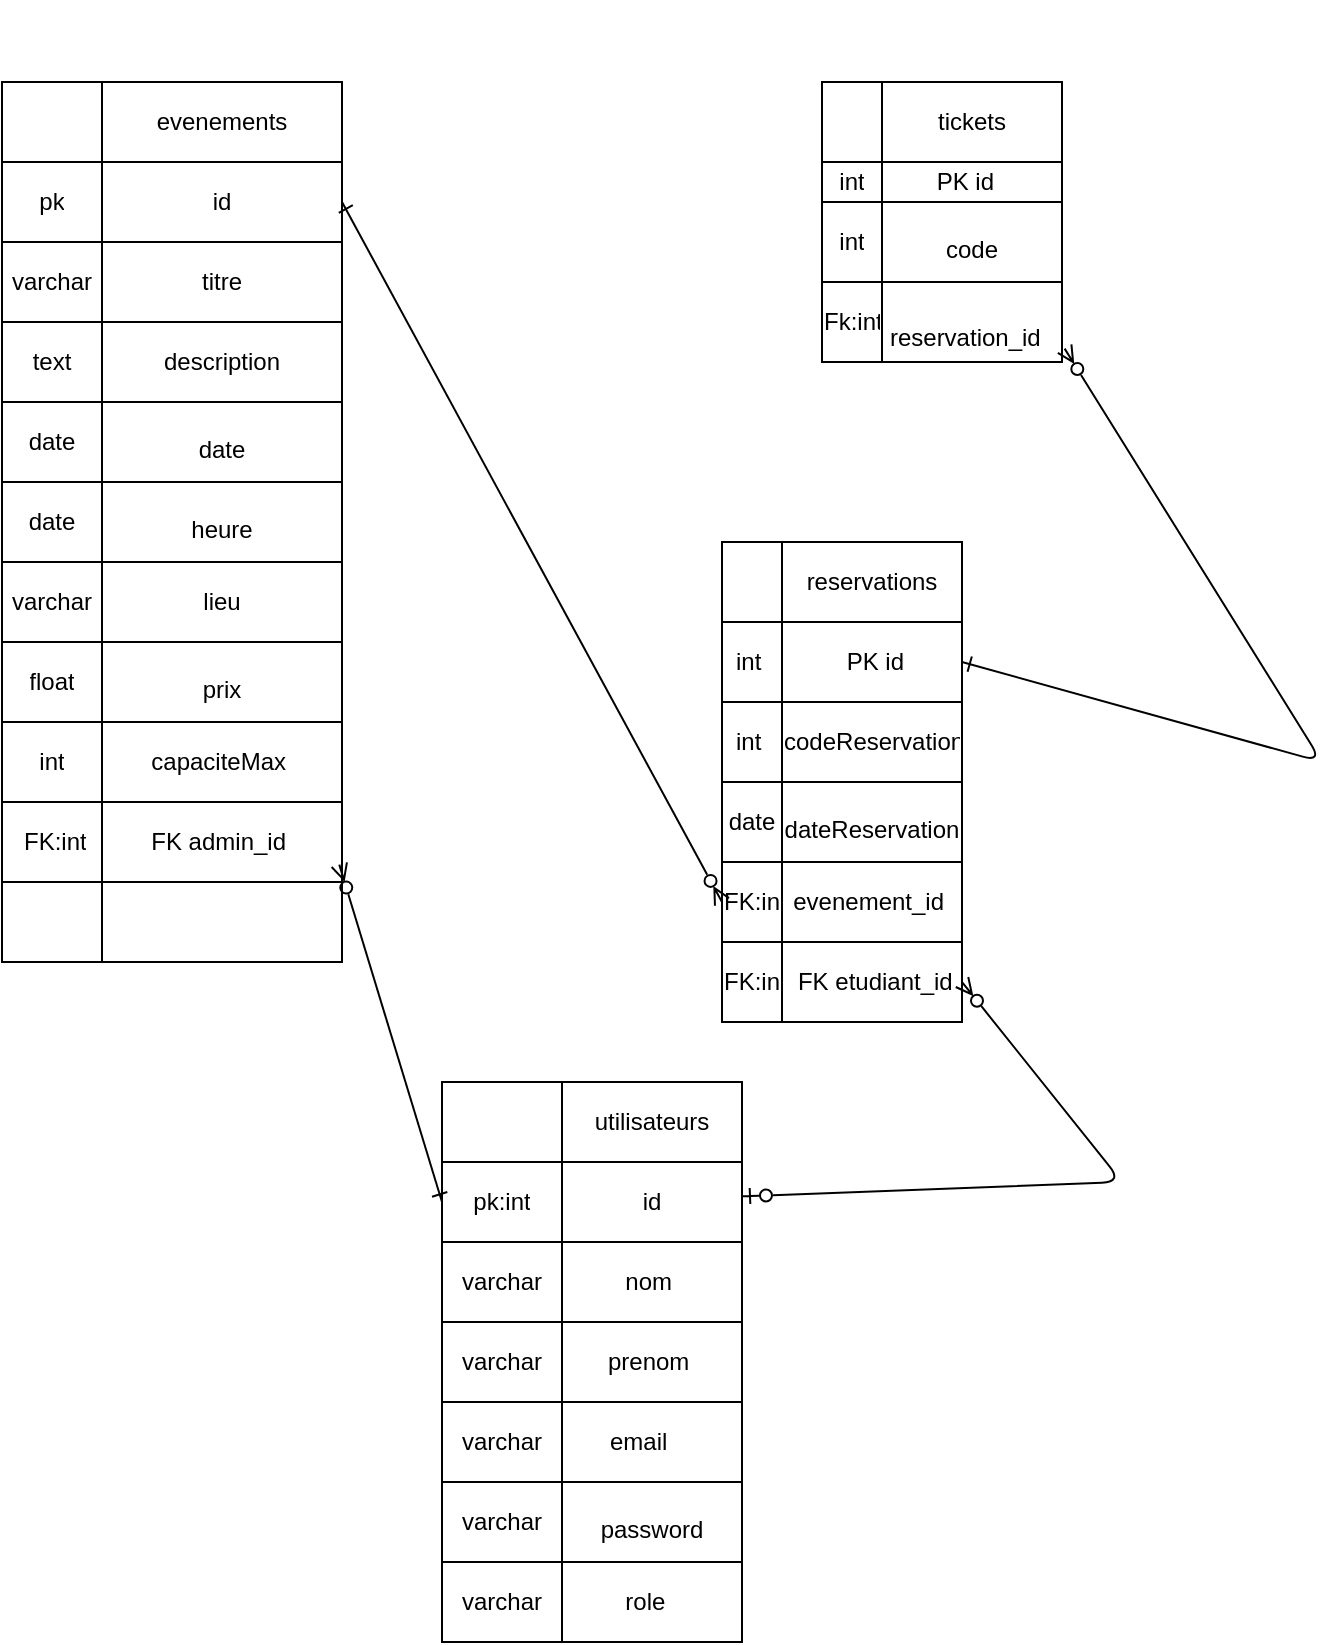
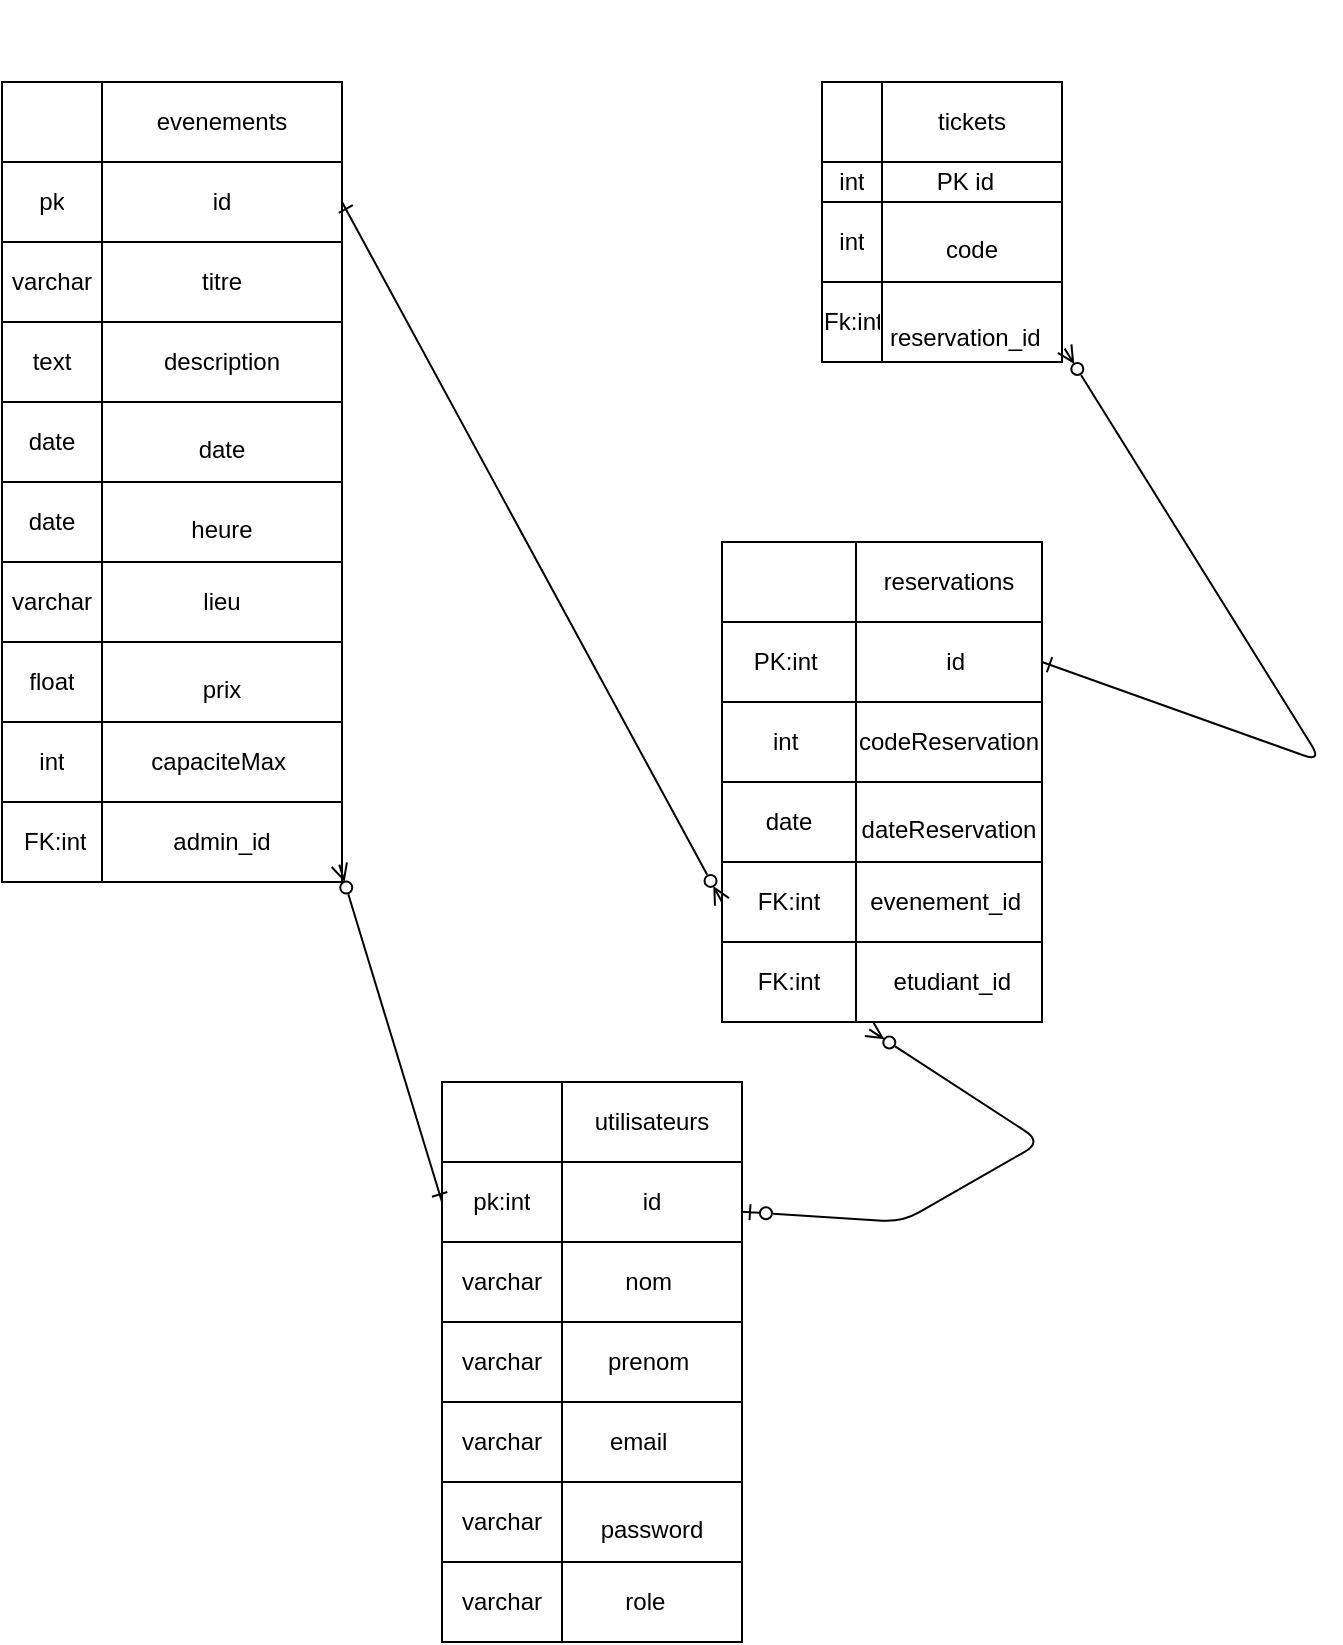
<mxfile host="65bd71144e">
    <diagram id="8DXeSmCkrr_dX7PxanpA" name="Page-1">
        <mxGraphModel dx="746" dy="419" grid="1" gridSize="10" guides="1" tooltips="1" connect="1" arrows="1" fold="1" page="1" pageScale="1" pageWidth="850" pageHeight="1100" math="0" shadow="0">
            <root>
                <mxCell id="0"/>
                <mxCell id="1" parent="0"/>
                <mxCell id="28" value="" style="shape=tableRow;horizontal=0;startSize=0;swimlaneHead=0;swimlaneBody=0;strokeColor=inherit;top=0;left=0;bottom=0;right=0;collapsible=0;dropTarget=0;fillColor=none;points=[[0,0.5],[1,0.5]];portConstraint=eastwest;fontSize=16;" parent="1" vertex="1">
                    <mxGeometry x="390" y="270" width="180" height="40" as="geometry"/>
                </mxCell>
                <mxCell id="29" value="" style="shape=partialRectangle;html=1;whiteSpace=wrap;connectable=0;strokeColor=inherit;overflow=hidden;fillColor=none;top=0;left=0;bottom=0;right=0;pointerEvents=1;fontSize=16;" parent="28" vertex="1">
                    <mxGeometry x="160" y="40" width="60" height="40" as="geometry">
                        <mxRectangle width="60" height="40" as="alternateBounds"/>
                    </mxGeometry>
                </mxCell>
                <mxCell id="30" value="" style="shape=partialRectangle;html=1;whiteSpace=wrap;connectable=0;strokeColor=inherit;overflow=hidden;fillColor=none;top=0;left=0;bottom=0;right=0;pointerEvents=1;fontSize=16;" parent="28" vertex="1">
                    <mxGeometry x="60" width="60" height="40" as="geometry">
                        <mxRectangle width="60" height="40" as="alternateBounds"/>
                    </mxGeometry>
                </mxCell>
                <mxCell id="31" value="" style="shape=partialRectangle;html=1;whiteSpace=wrap;connectable=0;strokeColor=inherit;overflow=hidden;fillColor=none;top=0;left=0;bottom=0;right=0;pointerEvents=1;fontSize=16;" parent="28" vertex="1">
                    <mxGeometry x="120" width="60" height="40" as="geometry">
                        <mxRectangle width="60" height="40" as="alternateBounds"/>
                    </mxGeometry>
                </mxCell>
                <mxCell id="71" value="" style="shape=table;startSize=0;container=1;collapsible=0;childLayout=tableLayout;swimlaneLine=0;" parent="1" vertex="1">
                    <mxGeometry x="390" y="810" width="150" height="280" as="geometry"/>
                </mxCell>
                <mxCell id="227" style="shape=tableRow;horizontal=0;startSize=0;swimlaneHead=0;swimlaneBody=0;strokeColor=inherit;top=0;left=0;bottom=0;right=0;collapsible=0;dropTarget=0;fillColor=none;points=[[0,0.5],[1,0.5]];portConstraint=eastwest;" parent="71" vertex="1">
                    <mxGeometry width="150" height="40" as="geometry"/>
                </mxCell>
                <mxCell id="228" style="shape=partialRectangle;html=1;whiteSpace=wrap;connectable=0;strokeColor=inherit;overflow=hidden;fillColor=none;top=0;left=0;bottom=0;right=0;pointerEvents=1;" parent="227" vertex="1">
                    <mxGeometry width="60" height="40" as="geometry">
                        <mxRectangle width="60" height="40" as="alternateBounds"/>
                    </mxGeometry>
                </mxCell>
                <mxCell id="229" value="utilisateurs" style="shape=partialRectangle;html=1;whiteSpace=wrap;connectable=0;strokeColor=inherit;overflow=hidden;fillColor=none;top=0;left=0;bottom=0;right=0;pointerEvents=1;" parent="227" vertex="1">
                    <mxGeometry x="60" width="90" height="40" as="geometry">
                        <mxRectangle width="90" height="40" as="alternateBounds"/>
                    </mxGeometry>
                </mxCell>
                <mxCell id="72" value="" style="shape=tableRow;horizontal=0;startSize=0;swimlaneHead=0;swimlaneBody=0;strokeColor=inherit;top=0;left=0;bottom=0;right=0;collapsible=0;dropTarget=0;fillColor=none;points=[[0,0.5],[1,0.5]];portConstraint=eastwest;" parent="71" vertex="1">
                    <mxGeometry y="40" width="150" height="40" as="geometry"/>
                </mxCell>
                <mxCell id="73" value="pk:int" style="shape=partialRectangle;html=1;whiteSpace=wrap;connectable=0;strokeColor=inherit;overflow=hidden;fillColor=none;top=0;left=0;bottom=0;right=0;pointerEvents=1;" parent="72" vertex="1">
                    <mxGeometry width="60" height="40" as="geometry">
                        <mxRectangle width="60" height="40" as="alternateBounds"/>
                    </mxGeometry>
                </mxCell>
                <mxCell id="74" value="id" style="shape=partialRectangle;html=1;whiteSpace=wrap;connectable=0;strokeColor=inherit;overflow=hidden;fillColor=none;top=0;left=0;bottom=0;right=0;pointerEvents=1;" parent="72" vertex="1">
                    <mxGeometry x="60" width="90" height="40" as="geometry">
                        <mxRectangle width="90" height="40" as="alternateBounds"/>
                    </mxGeometry>
                </mxCell>
                <mxCell id="75" value="" style="shape=tableRow;horizontal=0;startSize=0;swimlaneHead=0;swimlaneBody=0;strokeColor=inherit;top=0;left=0;bottom=0;right=0;collapsible=0;dropTarget=0;fillColor=none;points=[[0,0.5],[1,0.5]];portConstraint=eastwest;" parent="71" vertex="1">
                    <mxGeometry y="80" width="150" height="40" as="geometry"/>
                </mxCell>
                <mxCell id="76" value="varchar" style="shape=partialRectangle;html=1;whiteSpace=wrap;connectable=0;strokeColor=inherit;overflow=hidden;fillColor=none;top=0;left=0;bottom=0;right=0;pointerEvents=1;" parent="75" vertex="1">
                    <mxGeometry width="60" height="40" as="geometry">
                        <mxRectangle width="60" height="40" as="alternateBounds"/>
                    </mxGeometry>
                </mxCell>
                <mxCell id="77" value="&amp;nbsp;nom&amp;nbsp;&amp;nbsp;" style="shape=partialRectangle;html=1;whiteSpace=wrap;connectable=0;strokeColor=inherit;overflow=hidden;fillColor=none;top=0;left=0;bottom=0;right=0;pointerEvents=1;" parent="75" vertex="1">
                    <mxGeometry x="60" width="90" height="40" as="geometry">
                        <mxRectangle width="90" height="40" as="alternateBounds"/>
                    </mxGeometry>
                </mxCell>
                <mxCell id="78" value="" style="shape=tableRow;horizontal=0;startSize=0;swimlaneHead=0;swimlaneBody=0;strokeColor=inherit;top=0;left=0;bottom=0;right=0;collapsible=0;dropTarget=0;fillColor=none;points=[[0,0.5],[1,0.5]];portConstraint=eastwest;" parent="71" vertex="1">
                    <mxGeometry y="120" width="150" height="40" as="geometry"/>
                </mxCell>
                <mxCell id="79" value="varchar" style="shape=partialRectangle;html=1;whiteSpace=wrap;connectable=0;strokeColor=inherit;overflow=hidden;fillColor=none;top=0;left=0;bottom=0;right=0;pointerEvents=1;" parent="78" vertex="1">
                    <mxGeometry width="60" height="40" as="geometry">
                        <mxRectangle width="60" height="40" as="alternateBounds"/>
                    </mxGeometry>
                </mxCell>
                <mxCell id="80" value="prenom&amp;nbsp;" style="shape=partialRectangle;html=1;whiteSpace=wrap;connectable=0;strokeColor=inherit;overflow=hidden;fillColor=none;top=0;left=0;bottom=0;right=0;pointerEvents=1;" parent="78" vertex="1">
                    <mxGeometry x="60" width="90" height="40" as="geometry">
                        <mxRectangle width="90" height="40" as="alternateBounds"/>
                    </mxGeometry>
                </mxCell>
                <mxCell id="81" value="" style="shape=tableRow;horizontal=0;startSize=0;swimlaneHead=0;swimlaneBody=0;strokeColor=inherit;top=0;left=0;bottom=0;right=0;collapsible=0;dropTarget=0;fillColor=none;points=[[0,0.5],[1,0.5]];portConstraint=eastwest;" parent="71" vertex="1">
                    <mxGeometry y="160" width="150" height="40" as="geometry"/>
                </mxCell>
                <mxCell id="82" value="varchar" style="shape=partialRectangle;html=1;whiteSpace=wrap;connectable=0;strokeColor=inherit;overflow=hidden;fillColor=none;top=0;left=0;bottom=0;right=0;pointerEvents=1;" parent="81" vertex="1">
                    <mxGeometry width="60" height="40" as="geometry">
                        <mxRectangle width="60" height="40" as="alternateBounds"/>
                    </mxGeometry>
                </mxCell>
                <mxCell id="83" value="&amp;nbsp;email&amp;nbsp; &amp;nbsp; &amp;nbsp;" style="shape=partialRectangle;html=1;whiteSpace=wrap;connectable=0;strokeColor=inherit;overflow=hidden;fillColor=none;top=0;left=0;bottom=0;right=0;pointerEvents=1;" parent="81" vertex="1">
                    <mxGeometry x="60" width="90" height="40" as="geometry">
                        <mxRectangle width="90" height="40" as="alternateBounds"/>
                    </mxGeometry>
                </mxCell>
                <mxCell id="84" style="shape=tableRow;horizontal=0;startSize=0;swimlaneHead=0;swimlaneBody=0;strokeColor=inherit;top=0;left=0;bottom=0;right=0;collapsible=0;dropTarget=0;fillColor=none;points=[[0,0.5],[1,0.5]];portConstraint=eastwest;" parent="71" vertex="1">
                    <mxGeometry y="200" width="150" height="40" as="geometry"/>
                </mxCell>
                <mxCell id="85" value="varchar" style="shape=partialRectangle;html=1;whiteSpace=wrap;connectable=0;strokeColor=inherit;overflow=hidden;fillColor=none;top=0;left=0;bottom=0;right=0;pointerEvents=1;" parent="84" vertex="1">
                    <mxGeometry width="60" height="40" as="geometry">
                        <mxRectangle width="60" height="40" as="alternateBounds"/>
                    </mxGeometry>
                </mxCell>
                <mxCell id="86" value="&#xa; password&#xa;&#xa;" style="shape=partialRectangle;html=1;whiteSpace=wrap;connectable=0;strokeColor=inherit;overflow=hidden;fillColor=none;top=0;left=0;bottom=0;right=0;pointerEvents=1;" parent="84" vertex="1">
                    <mxGeometry x="60" width="90" height="40" as="geometry">
                        <mxRectangle width="90" height="40" as="alternateBounds"/>
                    </mxGeometry>
                </mxCell>
                <mxCell id="224" style="shape=tableRow;horizontal=0;startSize=0;swimlaneHead=0;swimlaneBody=0;strokeColor=inherit;top=0;left=0;bottom=0;right=0;collapsible=0;dropTarget=0;fillColor=none;points=[[0,0.5],[1,0.5]];portConstraint=eastwest;" parent="71" vertex="1">
                    <mxGeometry y="240" width="150" height="40" as="geometry"/>
                </mxCell>
                <mxCell id="225" value="varchar" style="shape=partialRectangle;html=1;whiteSpace=wrap;connectable=0;strokeColor=inherit;overflow=hidden;fillColor=none;top=0;left=0;bottom=0;right=0;pointerEvents=1;" parent="224" vertex="1">
                    <mxGeometry width="60" height="40" as="geometry">
                        <mxRectangle width="60" height="40" as="alternateBounds"/>
                    </mxGeometry>
                </mxCell>
                <mxCell id="226" value="role&amp;nbsp;&amp;nbsp;" style="shape=partialRectangle;html=1;whiteSpace=wrap;connectable=0;strokeColor=inherit;overflow=hidden;fillColor=none;top=0;left=0;bottom=0;right=0;pointerEvents=1;" parent="224" vertex="1">
                    <mxGeometry x="60" width="90" height="40" as="geometry">
                        <mxRectangle width="90" height="40" as="alternateBounds"/>
                    </mxGeometry>
                </mxCell>
                <mxCell id="230" value="" style="shape=table;startSize=0;container=1;collapsible=0;childLayout=tableLayout;" parent="1" vertex="1">
-                     <mxGeometry x="170" y="310" width="170" height="440" as="geometry"/>
+                     <mxGeometry x="170" y="310" width="170" height="400" as="geometry"/>
                </mxCell>
                <mxCell id="231" value="" style="shape=tableRow;horizontal=0;startSize=0;swimlaneHead=0;swimlaneBody=0;strokeColor=inherit;top=0;left=0;bottom=0;right=0;collapsible=0;dropTarget=0;fillColor=none;points=[[0,0.5],[1,0.5]];portConstraint=eastwest;" parent="230" vertex="1">
                    <mxGeometry width="170" height="40" as="geometry"/>
                </mxCell>
                <mxCell id="232" value="" style="shape=partialRectangle;html=1;whiteSpace=wrap;connectable=0;strokeColor=inherit;overflow=hidden;fillColor=none;top=0;left=0;bottom=0;right=0;pointerEvents=1;" parent="231" vertex="1">
                    <mxGeometry width="50" height="40" as="geometry">
                        <mxRectangle width="50" height="40" as="alternateBounds"/>
                    </mxGeometry>
                </mxCell>
                <mxCell id="233" value="evenements" style="shape=partialRectangle;html=1;whiteSpace=wrap;connectable=0;strokeColor=inherit;overflow=hidden;fillColor=none;top=0;left=0;bottom=0;right=0;pointerEvents=1;" parent="231" vertex="1">
                    <mxGeometry x="50" width="120" height="40" as="geometry">
                        <mxRectangle width="120" height="40" as="alternateBounds"/>
                    </mxGeometry>
                </mxCell>
                <mxCell id="234" value="" style="shape=tableRow;horizontal=0;startSize=0;swimlaneHead=0;swimlaneBody=0;strokeColor=inherit;top=0;left=0;bottom=0;right=0;collapsible=0;dropTarget=0;fillColor=none;points=[[0,0.5],[1,0.5]];portConstraint=eastwest;" parent="230" vertex="1">
                    <mxGeometry y="40" width="170" height="40" as="geometry"/>
                </mxCell>
                <mxCell id="235" value="pk" style="shape=partialRectangle;html=1;whiteSpace=wrap;connectable=0;strokeColor=inherit;overflow=hidden;fillColor=none;top=0;left=0;bottom=0;right=0;pointerEvents=1;" parent="234" vertex="1">
                    <mxGeometry width="50" height="40" as="geometry">
                        <mxRectangle width="50" height="40" as="alternateBounds"/>
                    </mxGeometry>
                </mxCell>
                <mxCell id="236" value="id" style="shape=partialRectangle;html=1;whiteSpace=wrap;connectable=0;strokeColor=inherit;overflow=hidden;fillColor=none;top=0;left=0;bottom=0;right=0;pointerEvents=1;" parent="234" vertex="1">
                    <mxGeometry x="50" width="120" height="40" as="geometry">
                        <mxRectangle width="120" height="40" as="alternateBounds"/>
                    </mxGeometry>
                </mxCell>
                <mxCell id="237" value="" style="shape=tableRow;horizontal=0;startSize=0;swimlaneHead=0;swimlaneBody=0;strokeColor=inherit;top=0;left=0;bottom=0;right=0;collapsible=0;dropTarget=0;fillColor=none;points=[[0,0.5],[1,0.5]];portConstraint=eastwest;" parent="230" vertex="1">
                    <mxGeometry y="80" width="170" height="40" as="geometry"/>
                </mxCell>
                <mxCell id="238" value="varchar" style="shape=partialRectangle;html=1;whiteSpace=wrap;connectable=0;strokeColor=inherit;overflow=hidden;fillColor=none;top=0;left=0;bottom=0;right=0;pointerEvents=1;" parent="237" vertex="1">
                    <mxGeometry width="50" height="40" as="geometry">
                        <mxRectangle width="50" height="40" as="alternateBounds"/>
                    </mxGeometry>
                </mxCell>
                <mxCell id="239" value="titre" style="shape=partialRectangle;html=1;whiteSpace=wrap;connectable=0;strokeColor=inherit;overflow=hidden;fillColor=none;top=0;left=0;bottom=0;right=0;pointerEvents=1;" parent="237" vertex="1">
                    <mxGeometry x="50" width="120" height="40" as="geometry">
                        <mxRectangle width="120" height="40" as="alternateBounds"/>
                    </mxGeometry>
                </mxCell>
                <mxCell id="240" value="" style="shape=tableRow;horizontal=0;startSize=0;swimlaneHead=0;swimlaneBody=0;strokeColor=inherit;top=0;left=0;bottom=0;right=0;collapsible=0;dropTarget=0;fillColor=none;points=[[0,0.5],[1,0.5]];portConstraint=eastwest;" parent="230" vertex="1">
                    <mxGeometry y="120" width="170" height="40" as="geometry"/>
                </mxCell>
                <mxCell id="241" value="text" style="shape=partialRectangle;html=1;whiteSpace=wrap;connectable=0;strokeColor=inherit;overflow=hidden;fillColor=none;top=0;left=0;bottom=0;right=0;pointerEvents=1;" parent="240" vertex="1">
                    <mxGeometry width="50" height="40" as="geometry">
                        <mxRectangle width="50" height="40" as="alternateBounds"/>
                    </mxGeometry>
                </mxCell>
                <mxCell id="242" value="description" style="shape=partialRectangle;html=1;whiteSpace=wrap;connectable=0;strokeColor=inherit;overflow=hidden;fillColor=none;top=0;left=0;bottom=0;right=0;pointerEvents=1;" parent="240" vertex="1">
                    <mxGeometry x="50" width="120" height="40" as="geometry">
                        <mxRectangle width="120" height="40" as="alternateBounds"/>
                    </mxGeometry>
                </mxCell>
                <mxCell id="243" value="" style="shape=tableRow;horizontal=0;startSize=0;swimlaneHead=0;swimlaneBody=0;strokeColor=inherit;top=0;left=0;bottom=0;right=0;collapsible=0;dropTarget=0;fillColor=none;points=[[0,0.5],[1,0.5]];portConstraint=eastwest;" parent="230" vertex="1">
                    <mxGeometry y="160" width="170" height="40" as="geometry"/>
                </mxCell>
                <mxCell id="244" value="date" style="shape=partialRectangle;html=1;whiteSpace=wrap;connectable=0;strokeColor=inherit;overflow=hidden;fillColor=none;top=0;left=0;bottom=0;right=0;pointerEvents=1;" parent="243" vertex="1">
                    <mxGeometry width="50" height="40" as="geometry">
                        <mxRectangle width="50" height="40" as="alternateBounds"/>
                    </mxGeometry>
                </mxCell>
                <mxCell id="245" value="&#xa; date &#xa;&#xa;" style="shape=partialRectangle;html=1;whiteSpace=wrap;connectable=0;strokeColor=inherit;overflow=hidden;fillColor=none;top=0;left=0;bottom=0;right=0;pointerEvents=1;" parent="243" vertex="1">
                    <mxGeometry x="50" width="120" height="40" as="geometry">
                        <mxRectangle width="120" height="40" as="alternateBounds"/>
                    </mxGeometry>
                </mxCell>
                <mxCell id="246" value="" style="shape=tableRow;horizontal=0;startSize=0;swimlaneHead=0;swimlaneBody=0;strokeColor=inherit;top=0;left=0;bottom=0;right=0;collapsible=0;dropTarget=0;fillColor=none;points=[[0,0.5],[1,0.5]];portConstraint=eastwest;" parent="230" vertex="1">
                    <mxGeometry y="200" width="170" height="40" as="geometry"/>
                </mxCell>
                <mxCell id="247" value="date" style="shape=partialRectangle;html=1;whiteSpace=wrap;connectable=0;strokeColor=inherit;overflow=hidden;fillColor=none;top=0;left=0;bottom=0;right=0;pointerEvents=1;" parent="246" vertex="1">
                    <mxGeometry width="50" height="40" as="geometry">
                        <mxRectangle width="50" height="40" as="alternateBounds"/>
                    </mxGeometry>
                </mxCell>
                <mxCell id="248" value="&#xa;heure &#xa;&#xa;" style="shape=partialRectangle;html=1;whiteSpace=wrap;connectable=0;strokeColor=inherit;overflow=hidden;fillColor=none;top=0;left=0;bottom=0;right=0;pointerEvents=1;" parent="246" vertex="1">
                    <mxGeometry x="50" width="120" height="40" as="geometry">
                        <mxRectangle width="120" height="40" as="alternateBounds"/>
                    </mxGeometry>
                </mxCell>
                <mxCell id="255" style="shape=tableRow;horizontal=0;startSize=0;swimlaneHead=0;swimlaneBody=0;strokeColor=inherit;top=0;left=0;bottom=0;right=0;collapsible=0;dropTarget=0;fillColor=none;points=[[0,0.5],[1,0.5]];portConstraint=eastwest;" parent="230" vertex="1">
                    <mxGeometry y="240" width="170" height="40" as="geometry"/>
                </mxCell>
                <mxCell id="256" value="varchar" style="shape=partialRectangle;html=1;whiteSpace=wrap;connectable=0;strokeColor=inherit;overflow=hidden;fillColor=none;top=0;left=0;bottom=0;right=0;pointerEvents=1;" parent="255" vertex="1">
                    <mxGeometry width="50" height="40" as="geometry">
                        <mxRectangle width="50" height="40" as="alternateBounds"/>
                    </mxGeometry>
                </mxCell>
                <mxCell id="257" value="&amp;nbsp;lieu&amp;nbsp;" style="shape=partialRectangle;html=1;whiteSpace=wrap;connectable=0;strokeColor=inherit;overflow=hidden;fillColor=none;top=0;left=0;bottom=0;right=0;pointerEvents=1;" parent="255" vertex="1">
                    <mxGeometry x="50" width="120" height="40" as="geometry">
                        <mxRectangle width="120" height="40" as="alternateBounds"/>
                    </mxGeometry>
                </mxCell>
                <mxCell id="258" style="shape=tableRow;horizontal=0;startSize=0;swimlaneHead=0;swimlaneBody=0;strokeColor=inherit;top=0;left=0;bottom=0;right=0;collapsible=0;dropTarget=0;fillColor=none;points=[[0,0.5],[1,0.5]];portConstraint=eastwest;" parent="230" vertex="1">
                    <mxGeometry y="280" width="170" height="40" as="geometry"/>
                </mxCell>
                <mxCell id="259" value="float" style="shape=partialRectangle;html=1;whiteSpace=wrap;connectable=0;strokeColor=inherit;overflow=hidden;fillColor=none;top=0;left=0;bottom=0;right=0;pointerEvents=1;" parent="258" vertex="1">
                    <mxGeometry width="50" height="40" as="geometry">
                        <mxRectangle width="50" height="40" as="alternateBounds"/>
                    </mxGeometry>
                </mxCell>
                <mxCell id="260" value="&#xa;prix   &#xa;&#xa;" style="shape=partialRectangle;html=1;whiteSpace=wrap;connectable=0;strokeColor=inherit;overflow=hidden;fillColor=none;top=0;left=0;bottom=0;right=0;pointerEvents=1;" parent="258" vertex="1">
                    <mxGeometry x="50" width="120" height="40" as="geometry">
                        <mxRectangle width="120" height="40" as="alternateBounds"/>
                    </mxGeometry>
                </mxCell>
                <mxCell id="261" style="shape=tableRow;horizontal=0;startSize=0;swimlaneHead=0;swimlaneBody=0;strokeColor=inherit;top=0;left=0;bottom=0;right=0;collapsible=0;dropTarget=0;fillColor=none;points=[[0,0.5],[1,0.5]];portConstraint=eastwest;" parent="230" vertex="1">
                    <mxGeometry y="320" width="170" height="40" as="geometry"/>
                </mxCell>
                <mxCell id="262" value="int" style="shape=partialRectangle;html=1;whiteSpace=wrap;connectable=0;strokeColor=inherit;overflow=hidden;fillColor=none;top=0;left=0;bottom=0;right=0;pointerEvents=1;" parent="261" vertex="1">
                    <mxGeometry width="50" height="40" as="geometry">
                        <mxRectangle width="50" height="40" as="alternateBounds"/>
                    </mxGeometry>
                </mxCell>
                <mxCell id="263" value="capaciteMax&amp;nbsp;" style="shape=partialRectangle;html=1;whiteSpace=wrap;connectable=0;strokeColor=inherit;overflow=hidden;fillColor=none;top=0;left=0;bottom=0;right=0;pointerEvents=1;" parent="261" vertex="1">
                    <mxGeometry x="50" width="120" height="40" as="geometry">
                        <mxRectangle width="120" height="40" as="alternateBounds"/>
                    </mxGeometry>
                </mxCell>
                <mxCell id="264" style="shape=tableRow;horizontal=0;startSize=0;swimlaneHead=0;swimlaneBody=0;strokeColor=inherit;top=0;left=0;bottom=0;right=0;collapsible=0;dropTarget=0;fillColor=none;points=[[0,0.5],[1,0.5]];portConstraint=eastwest;" parent="230" vertex="1">
                    <mxGeometry y="360" width="170" height="40" as="geometry"/>
                </mxCell>
                <mxCell id="265" value="&amp;nbsp;FK:int" style="shape=partialRectangle;html=1;whiteSpace=wrap;connectable=0;strokeColor=inherit;overflow=hidden;fillColor=none;top=0;left=0;bottom=0;right=0;pointerEvents=1;" parent="264" vertex="1">
                    <mxGeometry width="50" height="40" as="geometry">
                        <mxRectangle width="50" height="40" as="alternateBounds"/>
                    </mxGeometry>
                </mxCell>
-                 <mxCell id="266" value="FK admin_id&amp;nbsp;" style="shape=partialRectangle;html=1;whiteSpace=wrap;connectable=0;strokeColor=inherit;overflow=hidden;fillColor=none;top=0;left=0;bottom=0;right=0;pointerEvents=1;" parent="264" vertex="1">
-                     <mxGeometry x="50" width="120" height="40" as="geometry">
-                         <mxRectangle width="120" height="40" as="alternateBounds"/>
-                     </mxGeometry>
-                 </mxCell>
-                 <mxCell id="310" style="shape=tableRow;horizontal=0;startSize=0;swimlaneHead=0;swimlaneBody=0;strokeColor=inherit;top=0;left=0;bottom=0;right=0;collapsible=0;dropTarget=0;fillColor=none;points=[[0,0.5],[1,0.5]];portConstraint=eastwest;" vertex="1" parent="230">
-                     <mxGeometry y="400" width="170" height="40" as="geometry"/>
-                 </mxCell>
-                 <mxCell id="311" style="shape=partialRectangle;html=1;whiteSpace=wrap;connectable=0;strokeColor=inherit;overflow=hidden;fillColor=none;top=0;left=0;bottom=0;right=0;pointerEvents=1;" vertex="1" parent="310">
-                     <mxGeometry width="50" height="40" as="geometry">
-                         <mxRectangle width="50" height="40" as="alternateBounds"/>
-                     </mxGeometry>
-                 </mxCell>
-                 <mxCell id="312" style="shape=partialRectangle;html=1;whiteSpace=wrap;connectable=0;strokeColor=inherit;overflow=hidden;fillColor=none;top=0;left=0;bottom=0;right=0;pointerEvents=1;" vertex="1" parent="310">
+                 <mxCell id="266" value="&amp;nbsp;admin_id&amp;nbsp;" style="shape=partialRectangle;html=1;whiteSpace=wrap;connectable=0;strokeColor=inherit;overflow=hidden;fillColor=none;top=0;left=0;bottom=0;right=0;pointerEvents=1;" parent="264" vertex="1">
                    <mxGeometry x="50" width="120" height="40" as="geometry">
                        <mxRectangle width="120" height="40" as="alternateBounds"/>
                    </mxGeometry>
                </mxCell>
                <mxCell id="267" value="" style="shape=table;startSize=0;container=1;collapsible=0;childLayout=tableLayout;" parent="1" vertex="1">
-                     <mxGeometry x="530" y="540" width="120" height="240" as="geometry"/>
+                     <mxGeometry x="530" y="540" width="160" height="240" as="geometry"/>
                </mxCell>
                <mxCell id="268" value="" style="shape=tableRow;horizontal=0;startSize=0;swimlaneHead=0;swimlaneBody=0;strokeColor=inherit;top=0;left=0;bottom=0;right=0;collapsible=0;dropTarget=0;fillColor=none;points=[[0,0.5],[1,0.5]];portConstraint=eastwest;" parent="267" vertex="1">
-                     <mxGeometry width="120" height="40" as="geometry"/>
+                     <mxGeometry width="160" height="40" as="geometry"/>
                </mxCell>
                <mxCell id="269" value="" style="shape=partialRectangle;html=1;whiteSpace=wrap;connectable=0;strokeColor=inherit;overflow=hidden;fillColor=none;top=0;left=0;bottom=0;right=0;pointerEvents=1;" parent="268" vertex="1">
-                     <mxGeometry width="30" height="40" as="geometry">
-                         <mxRectangle width="30" height="40" as="alternateBounds"/>
+                     <mxGeometry width="67" height="40" as="geometry">
+                         <mxRectangle width="67" height="40" as="alternateBounds"/>
                    </mxGeometry>
                </mxCell>
                <mxCell id="270" value="reservations" style="shape=partialRectangle;html=1;whiteSpace=wrap;connectable=0;strokeColor=inherit;overflow=hidden;fillColor=none;top=0;left=0;bottom=0;right=0;pointerEvents=1;" parent="268" vertex="1">
-                     <mxGeometry x="30" width="90" height="40" as="geometry">
-                         <mxRectangle width="90" height="40" as="alternateBounds"/>
+                     <mxGeometry x="67" width="93" height="40" as="geometry">
+                         <mxRectangle width="93" height="40" as="alternateBounds"/>
                    </mxGeometry>
                </mxCell>
                <mxCell id="271" value="" style="shape=tableRow;horizontal=0;startSize=0;swimlaneHead=0;swimlaneBody=0;strokeColor=inherit;top=0;left=0;bottom=0;right=0;collapsible=0;dropTarget=0;fillColor=none;points=[[0,0.5],[1,0.5]];portConstraint=eastwest;" parent="267" vertex="1">
-                     <mxGeometry y="40" width="120" height="40" as="geometry"/>
-                 </mxCell>
-                 <mxCell id="272" value="int&amp;nbsp;" style="shape=partialRectangle;html=1;whiteSpace=wrap;connectable=0;strokeColor=inherit;overflow=hidden;fillColor=none;top=0;left=0;bottom=0;right=0;pointerEvents=1;" parent="271" vertex="1">
-                     <mxGeometry width="30" height="40" as="geometry">
-                         <mxRectangle width="30" height="40" as="alternateBounds"/>
-                     </mxGeometry>
-                 </mxCell>
-                 <mxCell id="273" value="&amp;nbsp;PK id" style="shape=partialRectangle;html=1;whiteSpace=wrap;connectable=0;strokeColor=inherit;overflow=hidden;fillColor=none;top=0;left=0;bottom=0;right=0;pointerEvents=1;" parent="271" vertex="1">
-                     <mxGeometry x="30" width="90" height="40" as="geometry">
-                         <mxRectangle width="90" height="40" as="alternateBounds"/>
+                     <mxGeometry y="40" width="160" height="40" as="geometry"/>
+                 </mxCell>
+                 <mxCell id="272" value="PK:int&amp;nbsp;" style="shape=partialRectangle;html=1;whiteSpace=wrap;connectable=0;strokeColor=inherit;overflow=hidden;fillColor=none;top=0;left=0;bottom=0;right=0;pointerEvents=1;" parent="271" vertex="1">
+                     <mxGeometry width="67" height="40" as="geometry">
+                         <mxRectangle width="67" height="40" as="alternateBounds"/>
+                     </mxGeometry>
+                 </mxCell>
+                 <mxCell id="273" value="&amp;nbsp; id" style="shape=partialRectangle;html=1;whiteSpace=wrap;connectable=0;strokeColor=inherit;overflow=hidden;fillColor=none;top=0;left=0;bottom=0;right=0;pointerEvents=1;" parent="271" vertex="1">
+                     <mxGeometry x="67" width="93" height="40" as="geometry">
+                         <mxRectangle width="93" height="40" as="alternateBounds"/>
                    </mxGeometry>
                </mxCell>
                <mxCell id="274" value="" style="shape=tableRow;horizontal=0;startSize=0;swimlaneHead=0;swimlaneBody=0;strokeColor=inherit;top=0;left=0;bottom=0;right=0;collapsible=0;dropTarget=0;fillColor=none;points=[[0,0.5],[1,0.5]];portConstraint=eastwest;" parent="267" vertex="1">
-                     <mxGeometry y="80" width="120" height="40" as="geometry"/>
+                     <mxGeometry y="80" width="160" height="40" as="geometry"/>
                </mxCell>
                <mxCell id="275" value="int&amp;nbsp;" style="shape=partialRectangle;html=1;whiteSpace=wrap;connectable=0;strokeColor=inherit;overflow=hidden;fillColor=none;top=0;left=0;bottom=0;right=0;pointerEvents=1;" parent="274" vertex="1">
-                     <mxGeometry width="30" height="40" as="geometry">
-                         <mxRectangle width="30" height="40" as="alternateBounds"/>
+                     <mxGeometry width="67" height="40" as="geometry">
+                         <mxRectangle width="67" height="40" as="alternateBounds"/>
                    </mxGeometry>
                </mxCell>
                <mxCell id="276" value="codeReservation" style="shape=partialRectangle;html=1;whiteSpace=wrap;connectable=0;strokeColor=inherit;overflow=hidden;fillColor=none;top=0;left=0;bottom=0;right=0;pointerEvents=1;" parent="274" vertex="1">
-                     <mxGeometry x="30" width="90" height="40" as="geometry">
-                         <mxRectangle width="90" height="40" as="alternateBounds"/>
+                     <mxGeometry x="67" width="93" height="40" as="geometry">
+                         <mxRectangle width="93" height="40" as="alternateBounds"/>
                    </mxGeometry>
                </mxCell>
                <mxCell id="277" value="" style="shape=tableRow;horizontal=0;startSize=0;swimlaneHead=0;swimlaneBody=0;strokeColor=inherit;top=0;left=0;bottom=0;right=0;collapsible=0;dropTarget=0;fillColor=none;points=[[0,0.5],[1,0.5]];portConstraint=eastwest;" parent="267" vertex="1">
-                     <mxGeometry y="120" width="120" height="40" as="geometry"/>
+                     <mxGeometry y="120" width="160" height="40" as="geometry"/>
                </mxCell>
                <mxCell id="278" value="date" style="shape=partialRectangle;html=1;whiteSpace=wrap;connectable=0;strokeColor=inherit;overflow=hidden;fillColor=none;top=0;left=0;bottom=0;right=0;pointerEvents=1;" parent="277" vertex="1">
-                     <mxGeometry width="30" height="40" as="geometry">
-                         <mxRectangle width="30" height="40" as="alternateBounds"/>
+                     <mxGeometry width="67" height="40" as="geometry">
+                         <mxRectangle width="67" height="40" as="alternateBounds"/>
                    </mxGeometry>
                </mxCell>
                <mxCell id="279" value="&#xa;dateReservation      &#xa;&#xa;" style="shape=partialRectangle;html=1;whiteSpace=wrap;connectable=0;strokeColor=inherit;overflow=hidden;fillColor=none;top=0;left=0;bottom=0;right=0;pointerEvents=1;" parent="277" vertex="1">
-                     <mxGeometry x="30" width="90" height="40" as="geometry">
-                         <mxRectangle width="90" height="40" as="alternateBounds"/>
+                     <mxGeometry x="67" width="93" height="40" as="geometry">
+                         <mxRectangle width="93" height="40" as="alternateBounds"/>
                    </mxGeometry>
                </mxCell>
                <mxCell id="280" value="" style="shape=tableRow;horizontal=0;startSize=0;swimlaneHead=0;swimlaneBody=0;strokeColor=inherit;top=0;left=0;bottom=0;right=0;collapsible=0;dropTarget=0;fillColor=none;points=[[0,0.5],[1,0.5]];portConstraint=eastwest;" parent="267" vertex="1">
-                     <mxGeometry y="160" width="120" height="40" as="geometry"/>
+                     <mxGeometry y="160" width="160" height="40" as="geometry"/>
                </mxCell>
                <mxCell id="281" value="FK:int" style="shape=partialRectangle;html=1;whiteSpace=wrap;connectable=0;strokeColor=inherit;overflow=hidden;fillColor=none;top=0;left=0;bottom=0;right=0;pointerEvents=1;" parent="280" vertex="1">
-                     <mxGeometry width="30" height="40" as="geometry">
-                         <mxRectangle width="30" height="40" as="alternateBounds"/>
+                     <mxGeometry width="67" height="40" as="geometry">
+                         <mxRectangle width="67" height="40" as="alternateBounds"/>
                    </mxGeometry>
                </mxCell>
                <mxCell id="282" value="&amp;nbsp;evenement_id&amp;nbsp;&amp;nbsp;" style="shape=partialRectangle;html=1;whiteSpace=wrap;connectable=0;strokeColor=inherit;overflow=hidden;fillColor=none;top=0;left=0;bottom=0;right=0;pointerEvents=1;" parent="280" vertex="1">
-                     <mxGeometry x="30" width="90" height="40" as="geometry">
-                         <mxRectangle width="90" height="40" as="alternateBounds"/>
+                     <mxGeometry x="67" width="93" height="40" as="geometry">
+                         <mxRectangle width="93" height="40" as="alternateBounds"/>
                    </mxGeometry>
                </mxCell>
                <mxCell id="283" value="" style="shape=tableRow;horizontal=0;startSize=0;swimlaneHead=0;swimlaneBody=0;strokeColor=inherit;top=0;left=0;bottom=0;right=0;collapsible=0;dropTarget=0;fillColor=none;points=[[0,0.5],[1,0.5]];portConstraint=eastwest;" parent="267" vertex="1">
-                     <mxGeometry y="200" width="120" height="40" as="geometry"/>
+                     <mxGeometry y="200" width="160" height="40" as="geometry"/>
                </mxCell>
                <mxCell id="284" value="FK:int" style="shape=partialRectangle;html=1;whiteSpace=wrap;connectable=0;strokeColor=inherit;overflow=hidden;fillColor=none;top=0;left=0;bottom=0;right=0;pointerEvents=1;" parent="283" vertex="1">
-                     <mxGeometry width="30" height="40" as="geometry">
-                         <mxRectangle width="30" height="40" as="alternateBounds"/>
-                     </mxGeometry>
-                 </mxCell>
-                 <mxCell id="285" value="&amp;nbsp;FK etudiant_id" style="shape=partialRectangle;html=1;whiteSpace=wrap;connectable=0;strokeColor=inherit;overflow=hidden;fillColor=none;top=0;left=0;bottom=0;right=0;pointerEvents=1;" parent="283" vertex="1">
-                     <mxGeometry x="30" width="90" height="40" as="geometry">
-                         <mxRectangle width="90" height="40" as="alternateBounds"/>
+                     <mxGeometry width="67" height="40" as="geometry">
+                         <mxRectangle width="67" height="40" as="alternateBounds"/>
+                     </mxGeometry>
+                 </mxCell>
+                 <mxCell id="285" value="&amp;nbsp;etudiant_id" style="shape=partialRectangle;html=1;whiteSpace=wrap;connectable=0;strokeColor=inherit;overflow=hidden;fillColor=none;top=0;left=0;bottom=0;right=0;pointerEvents=1;" parent="283" vertex="1">
+                     <mxGeometry x="67" width="93" height="40" as="geometry">
+                         <mxRectangle width="93" height="40" as="alternateBounds"/>
                    </mxGeometry>
                </mxCell>
                <mxCell id="286" value="" style="shape=table;startSize=0;container=1;collapsible=0;childLayout=tableLayout;" parent="1" vertex="1">
                    <mxGeometry x="580" y="310" width="120" height="140" as="geometry"/>
                </mxCell>
                <mxCell id="287" value="" style="shape=tableRow;horizontal=0;startSize=0;swimlaneHead=0;swimlaneBody=0;strokeColor=inherit;top=0;left=0;bottom=0;right=0;collapsible=0;dropTarget=0;fillColor=none;points=[[0,0.5],[1,0.5]];portConstraint=eastwest;" parent="286" vertex="1">
                    <mxGeometry width="120" height="40" as="geometry"/>
                </mxCell>
                <mxCell id="288" value="" style="shape=partialRectangle;html=1;whiteSpace=wrap;connectable=0;strokeColor=inherit;overflow=hidden;fillColor=none;top=0;left=0;bottom=0;right=0;pointerEvents=1;" parent="287" vertex="1">
                    <mxGeometry width="30" height="40" as="geometry">
                        <mxRectangle width="30" height="40" as="alternateBounds"/>
                    </mxGeometry>
                </mxCell>
                <mxCell id="289" value="tickets" style="shape=partialRectangle;html=1;whiteSpace=wrap;connectable=0;strokeColor=inherit;overflow=hidden;fillColor=none;top=0;left=0;bottom=0;right=0;pointerEvents=1;" parent="287" vertex="1">
                    <mxGeometry x="30" width="90" height="40" as="geometry">
                        <mxRectangle width="90" height="40" as="alternateBounds"/>
                    </mxGeometry>
                </mxCell>
                <mxCell id="290" value="" style="shape=tableRow;horizontal=0;startSize=0;swimlaneHead=0;swimlaneBody=0;strokeColor=inherit;top=0;left=0;bottom=0;right=0;collapsible=0;dropTarget=0;fillColor=none;points=[[0,0.5],[1,0.5]];portConstraint=eastwest;" parent="286" vertex="1">
                    <mxGeometry y="40" width="120" height="20" as="geometry"/>
                </mxCell>
                <mxCell id="291" value="int" style="shape=partialRectangle;html=1;whiteSpace=wrap;connectable=0;strokeColor=inherit;overflow=hidden;fillColor=none;top=0;left=0;bottom=0;right=0;pointerEvents=1;" parent="290" vertex="1">
                    <mxGeometry width="30" height="20" as="geometry">
                        <mxRectangle width="30" height="20" as="alternateBounds"/>
                    </mxGeometry>
                </mxCell>
                <mxCell id="292" value="&amp;nbsp;PK id&amp;nbsp; &amp;nbsp;" style="shape=partialRectangle;html=1;whiteSpace=wrap;connectable=0;strokeColor=inherit;overflow=hidden;fillColor=none;top=0;left=0;bottom=0;right=0;pointerEvents=1;" parent="290" vertex="1">
                    <mxGeometry x="30" width="90" height="20" as="geometry">
                        <mxRectangle width="90" height="20" as="alternateBounds"/>
                    </mxGeometry>
                </mxCell>
                <mxCell id="293" value="" style="shape=tableRow;horizontal=0;startSize=0;swimlaneHead=0;swimlaneBody=0;strokeColor=inherit;top=0;left=0;bottom=0;right=0;collapsible=0;dropTarget=0;fillColor=none;points=[[0,0.5],[1,0.5]];portConstraint=eastwest;" parent="286" vertex="1">
                    <mxGeometry y="60" width="120" height="40" as="geometry"/>
                </mxCell>
                <mxCell id="294" value="int" style="shape=partialRectangle;html=1;whiteSpace=wrap;connectable=0;strokeColor=inherit;overflow=hidden;fillColor=none;top=0;left=0;bottom=0;right=0;pointerEvents=1;" parent="293" vertex="1">
                    <mxGeometry width="30" height="40" as="geometry">
                        <mxRectangle width="30" height="40" as="alternateBounds"/>
                    </mxGeometry>
                </mxCell>
                <mxCell id="295" value="&#xa; code&#xa;&#xa;" style="shape=partialRectangle;html=1;whiteSpace=wrap;connectable=0;strokeColor=inherit;overflow=hidden;fillColor=none;top=0;left=0;bottom=0;right=0;pointerEvents=1;" parent="293" vertex="1">
                    <mxGeometry x="30" width="90" height="40" as="geometry">
                        <mxRectangle width="90" height="40" as="alternateBounds"/>
                    </mxGeometry>
                </mxCell>
                <mxCell id="296" value="" style="shape=tableRow;horizontal=0;startSize=0;swimlaneHead=0;swimlaneBody=0;strokeColor=inherit;top=0;left=0;bottom=0;right=0;collapsible=0;dropTarget=0;fillColor=none;points=[[0,0.5],[1,0.5]];portConstraint=eastwest;" parent="286" vertex="1">
                    <mxGeometry y="100" width="120" height="40" as="geometry"/>
                </mxCell>
                <mxCell id="297" value="Fk:int" style="shape=partialRectangle;html=1;whiteSpace=wrap;connectable=0;strokeColor=inherit;overflow=hidden;fillColor=none;top=0;left=0;bottom=0;right=0;pointerEvents=1;" parent="296" vertex="1">
                    <mxGeometry width="30" height="40" as="geometry">
                        <mxRectangle width="30" height="40" as="alternateBounds"/>
                    </mxGeometry>
                </mxCell>
                <mxCell id="298" value="&amp;nbsp; reservation_id&amp;nbsp;&amp;nbsp;" style="shape=partialRectangle;html=1;whiteSpace=wrap;connectable=0;strokeColor=inherit;overflow=hidden;fillColor=none;top=0;left=0;bottom=0;right=0;pointerEvents=1;" parent="296" vertex="1">
                    <mxGeometry x="30" width="90" height="40" as="geometry">
                        <mxRectangle width="90" height="40" as="alternateBounds"/>
                    </mxGeometry>
                </mxCell>
                <mxCell id="306" style="edgeStyle=none;html=1;exitX=0;exitY=0.5;exitDx=0;exitDy=0;entryX=0.992;entryY=0.783;entryDx=0;entryDy=0;entryPerimeter=0;endArrow=ERzeroToMany;endFill=0;startArrow=ERone;startFill=0;" parent="1" source="72" target="264" edge="1">
                    <mxGeometry relative="1" as="geometry"/>
                </mxCell>
                <mxCell id="308" style="html=1;exitX=1;exitY=0.5;exitDx=0;exitDy=0;endArrow=ERzeroToMany;endFill=0;startArrow=ERone;startFill=0;entryX=0;entryY=0.5;entryDx=0;entryDy=0;" parent="1" source="234" target="280" edge="1">
                    <mxGeometry relative="1" as="geometry">
                        <mxPoint x="530" y="900" as="targetPoint"/>
                    </mxGeometry>
                </mxCell>
-                 <mxCell id="309" style="edgeStyle=none;html=1;endArrow=ERzeroToMany;endFill=0;startArrow=ERone;startFill=0;exitX=1;exitY=0.5;exitDx=0;exitDy=0;entryX=1.011;entryY=0.833;entryDx=0;entryDy=0;entryPerimeter=0;" parent="1" source="271" edge="1" target="296">
+                 <mxCell id="309" style="edgeStyle=none;html=1;endArrow=ERzeroToMany;endFill=0;startArrow=ERone;startFill=0;exitX=1;exitY=0.5;exitDx=0;exitDy=0;entryX=1.011;entryY=0.833;entryDx=0;entryDy=0;entryPerimeter=0;" parent="1" source="271" target="296" edge="1">
                    <mxGeometry relative="1" as="geometry">
                        <mxPoint x="610" y="710" as="sourcePoint"/>
                        <mxPoint x="740" y="540" as="targetPoint"/>
                        <Array as="points">
                            <mxPoint x="830" y="650"/>
                        </Array>
                    </mxGeometry>
                </mxCell>
-                 <mxCell id="313" style="edgeStyle=none;html=1;entryX=1;entryY=0.5;entryDx=0;entryDy=0;endArrow=ERzeroToMany;endFill=0;startArrow=ERzeroToOne;startFill=0;" edge="1" parent="1" source="72" target="283">
+                 <mxCell id="313" style="edgeStyle=none;html=1;endArrow=ERzeroToMany;endFill=0;startArrow=ERzeroToOne;startFill=0;entryX=0.46;entryY=1.092;entryDx=0;entryDy=0;entryPerimeter=0;" parent="1" source="72" target="283" edge="1">
                    <mxGeometry relative="1" as="geometry">
-                         <mxPoint x="620" y="870" as="targetPoint"/>
+                         <mxPoint x="630" y="800" as="targetPoint"/>
                        <Array as="points">
-                             <mxPoint x="730" y="860"/>
-                             <mxPoint x="650" y="760"/>
+                             <mxPoint x="620" y="880"/>
+                             <mxPoint x="690" y="840"/>
                        </Array>
                    </mxGeometry>
                </mxCell>
            </root>
        </mxGraphModel>
    </diagram>
</mxfile>
